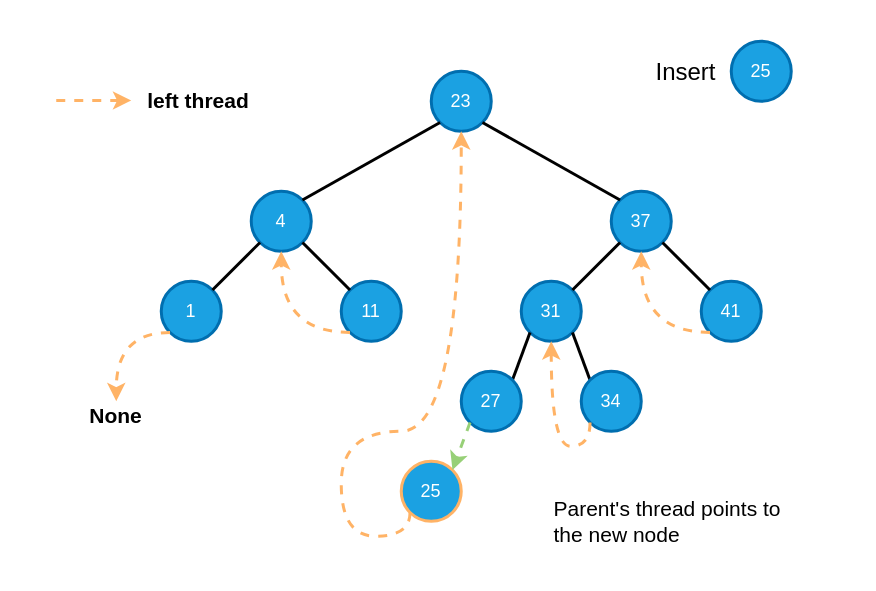
Above: page "05" (5 of 14) of diagrams/left_tbst_insert.drawio in shunsvineyard/pyforest (draw.io), before the change. Source tidied: cells renumbered, new cells numbered last; positions are measured from the earlier drawing's top-left corner, leaving out a move shared by most shapes. Both pictures are drawn from the tidied source at 150%, with x=0, y=0 at pixel (26, 26).
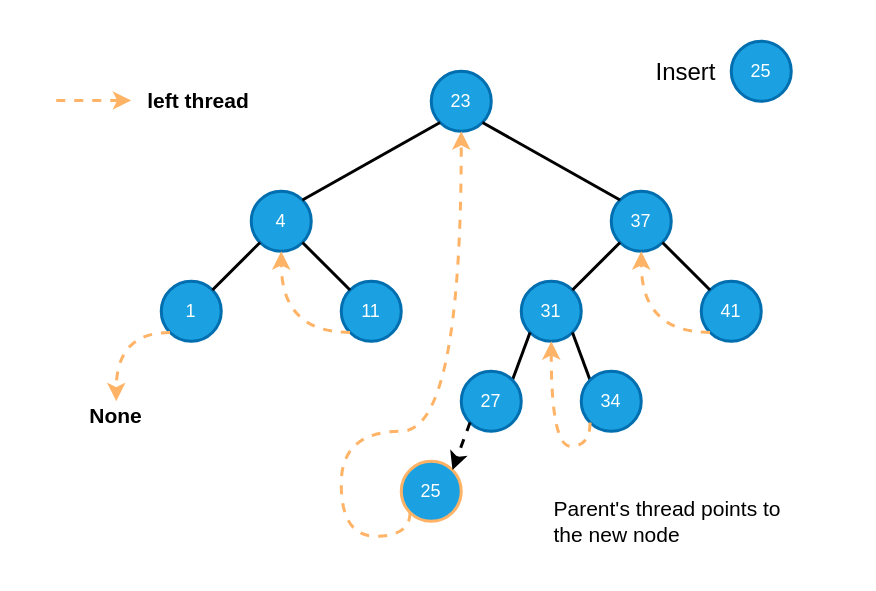
Above is the later version.

The change refers to these unchanged cells:
```xml
<mxCell id="25" value="27" style="ellipse;whiteSpace=wrap;html=1;strokeColor=#006EAF;strokeWidth=2;fillColor=#1ba1e2;fontColor=#ffffff;" parent="1" vertex="1">
  <mxGeometry x="290" y="230" width="40" height="40" as="geometry" />
</mxCell>
<mxCell id="29" value="25" style="ellipse;whiteSpace=wrap;html=1;strokeColor=#FFB366;strokeWidth=2;fillColor=#1ba1e2;fontColor=#ffffff;" parent="1" vertex="1">
  <mxGeometry x="250" y="290" width="40" height="40" as="geometry" />
</mxCell>
```

The edit, as a diff of the source:
```diff
@@
-    <mxCell id="31" style="endArrow=classic;html=1;dashed=1;strokeColor=#97D077;strokeWidth=2;exitX=0;exitY=1;exitDx=0;exitDy=0;entryX=1;entryY=0;entryDx=0;entryDy=0;" parent="1" edge="1" source="25" target="29">
+    <mxCell id="31" style="endArrow=classic;html=1;dashed=1;strokeColor=#000000;strokeWidth=2;exitX=0;exitY=1;exitDx=0;exitDy=0;entryX=1;entryY=0;entryDx=0;entryDy=0;" parent="1" edge="1" source="25" target="29">
       <mxGeometry relative="1" as="geometry" />
     </mxCell>
```
